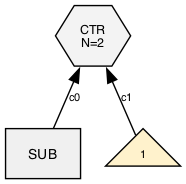
sw1sh/TinyHVM keeps this Graphviz diagram as wl/examples/thvm_graphs/grad_rules/sub/step_008_state_final.png. Above is the earlier version. Its source is kept beside it as wl/examples/thvm_graphs/grad_rules/sub/step_008_state_final.dot.
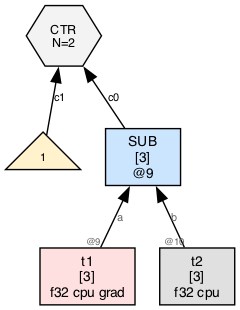
The same file after the commit.

Diff of the diagram source:
```diff
@@ -3,9 +3,13 @@
   node [fontname="Helvetica", fontsize=10, style=filled, shape=box, margin="0.1,0.05"];
   edge [fontsize=8, fontname="Helvetica"];
 
-  ctr19 [label="CTR\nN=2", shape=hexagon, fillcolor="#f3f3f3", fontsize=9];
-  n7 [label="SUB", shape=box, fillcolor="#f0f0f0"];
-  n7 -> ctr19 [label="c0"];
-  num_ctr19_20 [label="1",shape=triangle,fillcolor="#fff2cc",fontsize=8];
-  num_ctr19_20 -> ctr19 [label="c1"];
+  n9 [label="SUB\n[3]\n@9", shape=box, fillcolor="#cce5ff"];
+  t1 [label="t1\n[3]\nf32 cpu grad",shape=box,fillcolor="#ffe0e0"];
+  t1 -> n9 [label="a",taillabel="@9",labelfontsize=7,fontcolor="#666666"];
+  t2 [label="t2\n[3]\nf32 cpu",shape=box,fillcolor="#e0e0e0"];
+  t2 -> n9 [label="b",taillabel="@10",labelfontsize=7,fontcolor="#666666"];
+  ctr7 [label="CTR\nN=2", shape=hexagon, fillcolor="#f3f3f3", fontsize=9];
+  n9 -> ctr7 [label="c0"];
+  num_ctr7_8 [label="1",shape=triangle,fillcolor="#fff2cc",fontsize=8];
+  num_ctr7_8 -> ctr7 [label="c1"];
 }
```
